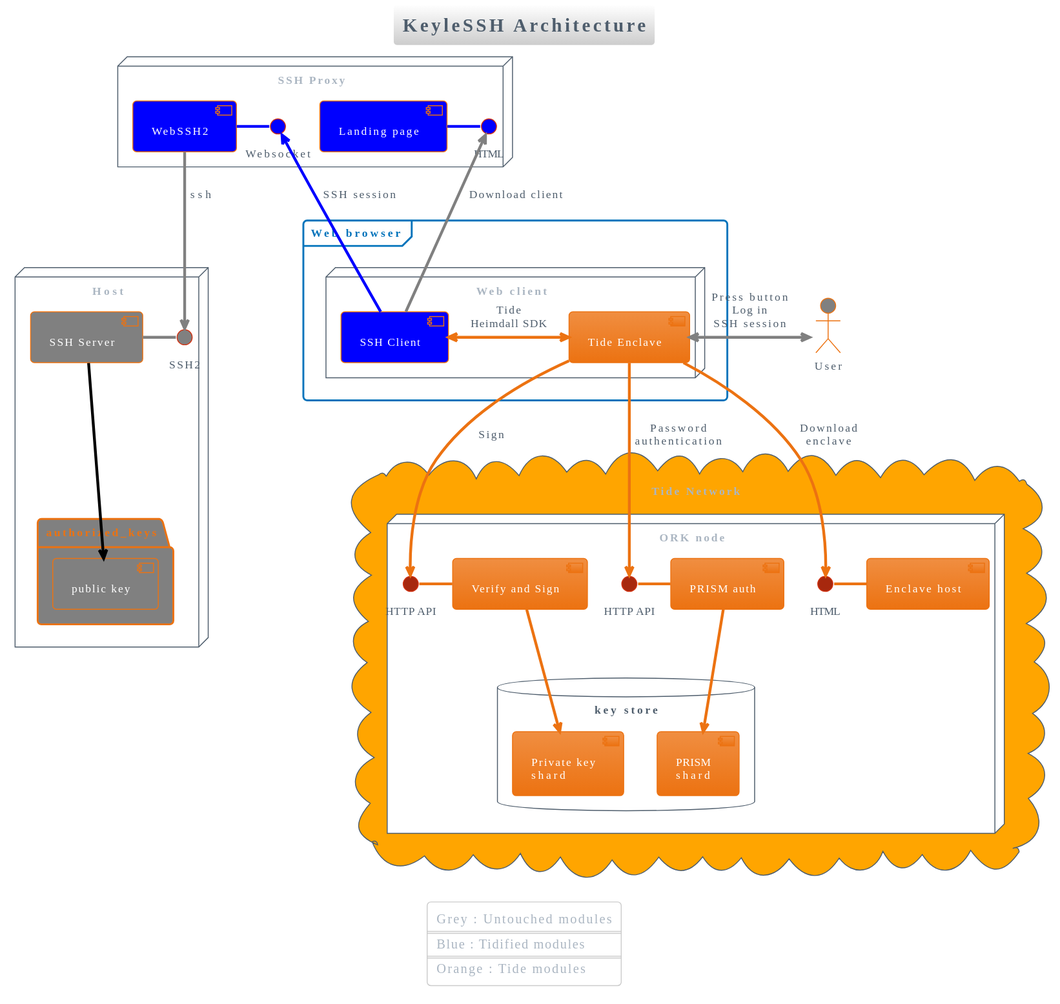
The PlantUML diagram diagrams/svg/KeyleSSH Architecture.svg in tide-foundation/KeyleSSH, before a commit.
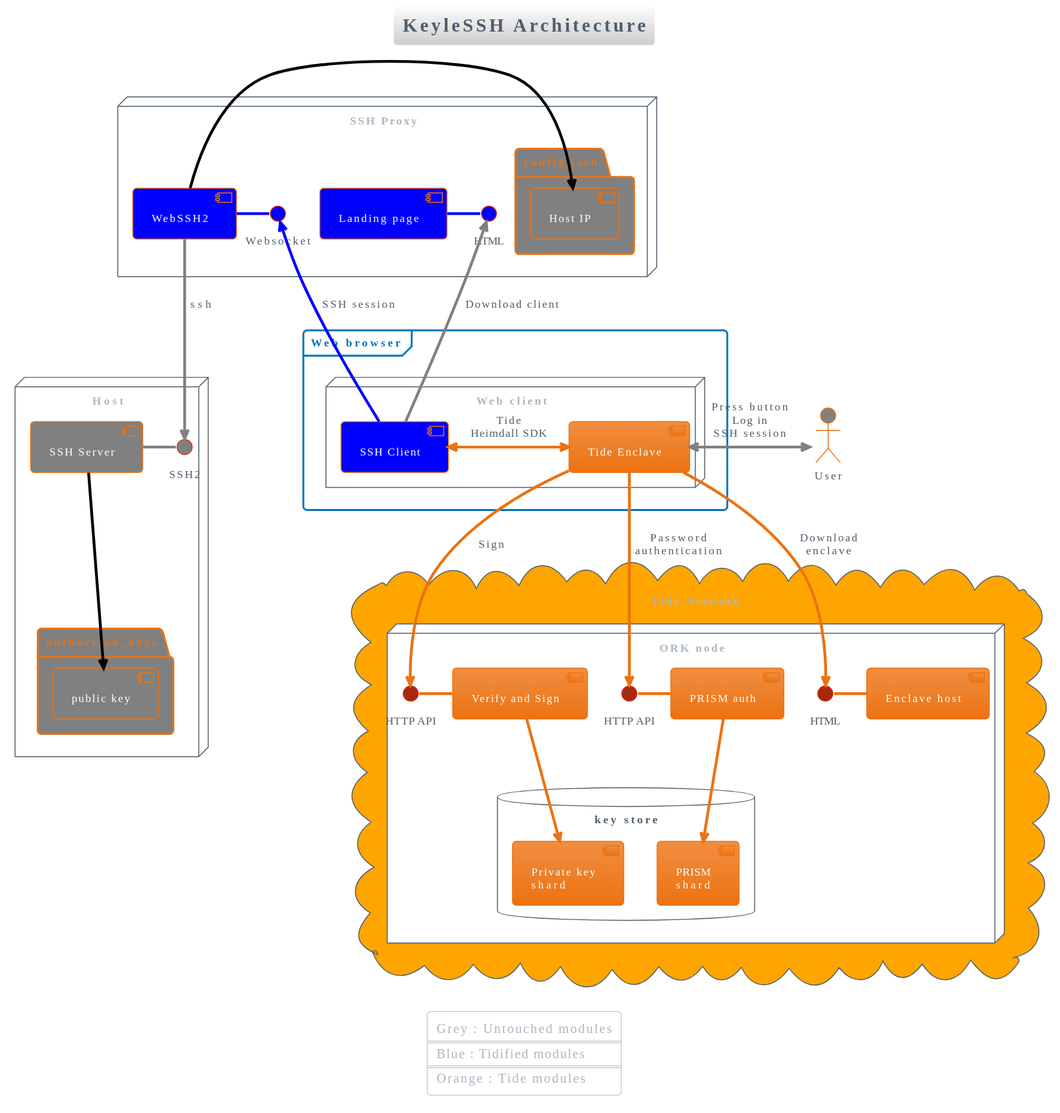
Later version of the same file.

Commit message:
:rocket: Adding Generated PlantUML Diagrams

Diff of the diagram source:
```diff
@@ -18,6 +18,10 @@
     interface Websocket #blue
     component [WebSSH2] #Blue
     Websocket - [WebSSH2] #blue
+    folder "config.json" #grey {
+        component "Host IP" as config #grey
+    }
+    [config] <- [WebSSH2] #black
     interface "HTML" as http1 #blue
     component [Landing page] #blue
     [Landing page] - http1 #blue
```
